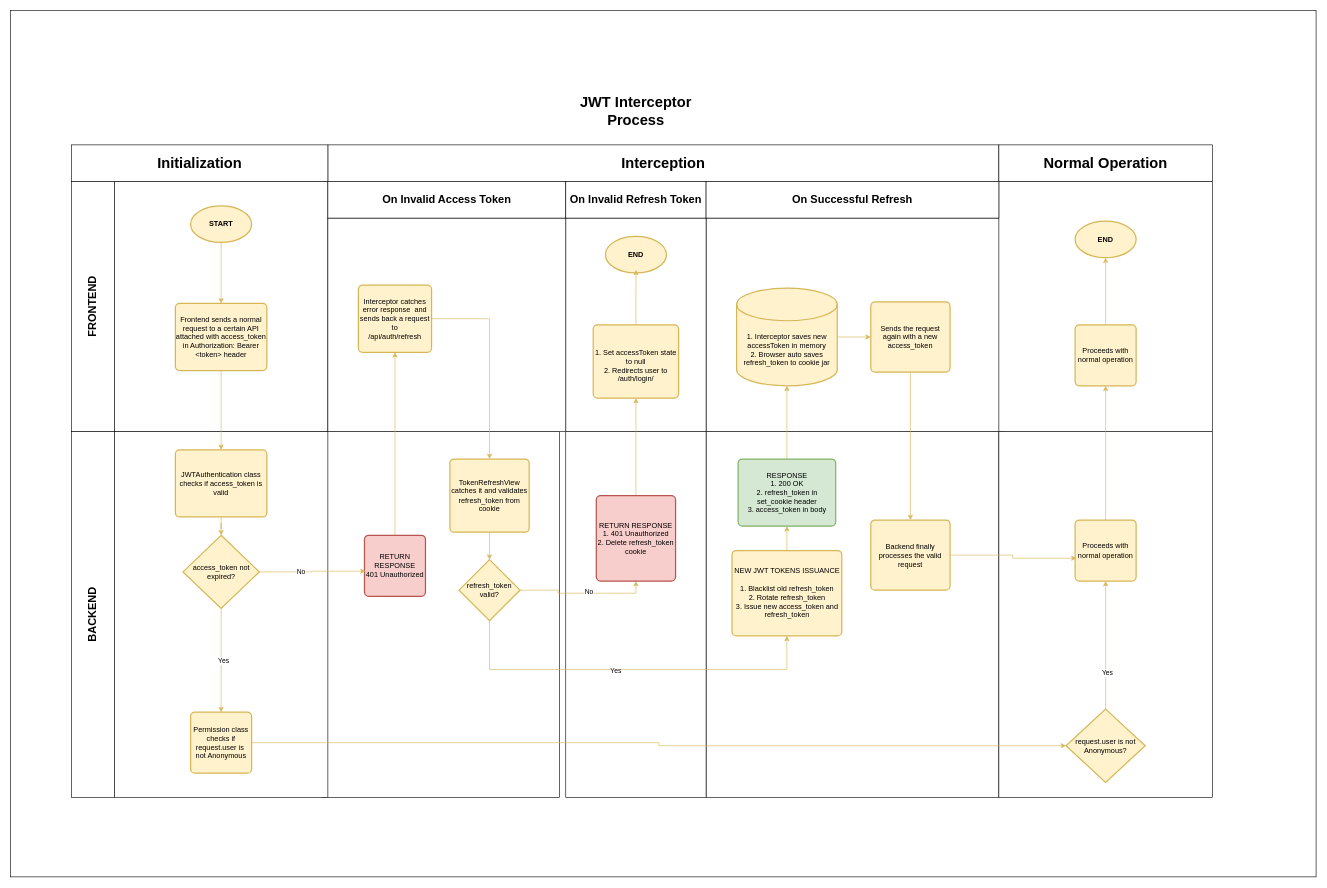
Before: page "auth_jwt-interceptor-process" (4 of 5) of diagrams/e-commerce-specific-business-process.drawio in RHILIUS/E-Commerce-Docs, a draw.io diagram. Source tidied: cells renumbered, new cells numbered last; positions are measured from the earlier drawing's top-left corner, leaving out a move shared by most shapes. Both pictures are drawn from the tidied source at 61%, with x=0, y=0 at pixel (10, 10).
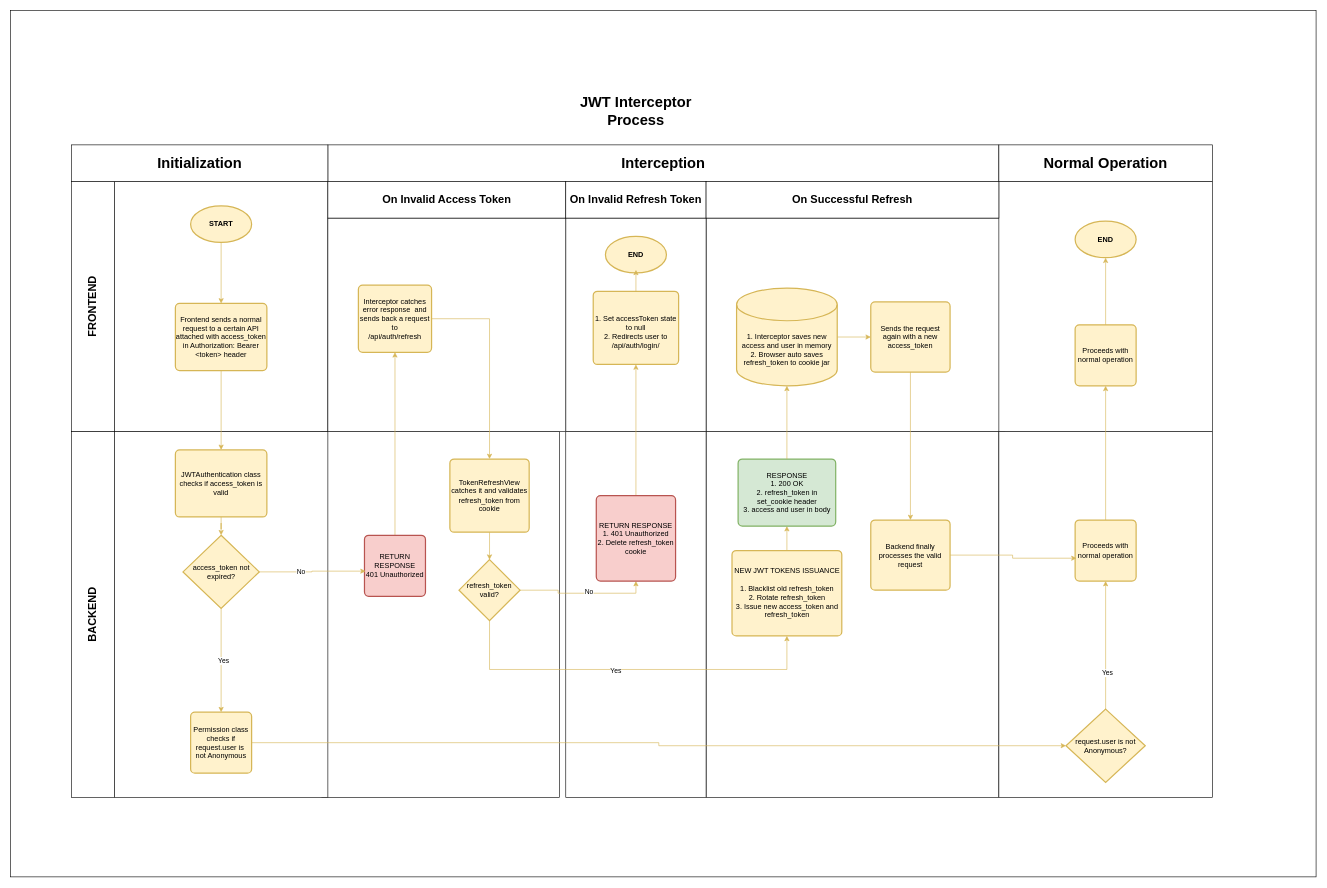
The same page after the edit.

Commit message:
fix: response body on auth_jwt-interceptor-process

Diff of the diagram source:
```diff
@@
-    <mxCell id="54" value="&lt;br&gt;1. Set accessToken state to null&lt;br&gt;2. Redirects user to /auth/login/" style="rounded=1;whiteSpace=wrap;html=1;absoluteArcSize=1;arcSize=14;strokeWidth=2;fillColor=#fff2cc;strokeColor=#d6b656;" parent="1" vertex="1">
-      <mxGeometry x="955" y="515" width="140" height="120" as="geometry" />
+    <mxCell id="54" value="&lt;br&gt;1. Set accessToken state to null&lt;br&gt;2. Redirects user to /api/auth/login/" style="rounded=1;whiteSpace=wrap;html=1;absoluteArcSize=1;arcSize=14;strokeWidth=2;fillColor=#fff2cc;strokeColor=#d6b656;" parent="1" vertex="1">
+      <mxGeometry x="955" y="460" width="140" height="120" as="geometry" />
     </mxCell>
@@
-    <mxCell id="59" value="RESPONSE&lt;div&gt;1. 200 OK&lt;/div&gt;&lt;div&gt;2. refresh_token in set_cookie header&lt;br&gt;3. access_token in body&lt;/div&gt;" style="rounded=1;whiteSpace=wrap;html=1;absoluteArcSize=1;arcSize=14;strokeWidth=2;fillColor=#d5e8d4;strokeColor=#82b366;" parent="1" vertex="1">
+    <mxCell id="59" value="RESPONSE&lt;div&gt;1. 200 OK&lt;/div&gt;&lt;div&gt;2. refresh_token in set_cookie header&lt;br&gt;3. access and user in body&lt;/div&gt;" style="rounded=1;whiteSpace=wrap;html=1;absoluteArcSize=1;arcSize=14;strokeWidth=2;fillColor=#d5e8d4;strokeColor=#82b366;" parent="1" vertex="1">
       <mxGeometry x="1192.5" y="735" width="160" height="110" as="geometry" />
     </mxCell>
@@
-    <mxCell id="61" value="&lt;div&gt;&lt;br&gt;&lt;/div&gt;&lt;div&gt;&lt;br&gt;&lt;/div&gt;&lt;div&gt;&lt;br&gt;&lt;/div&gt;&lt;div&gt;&lt;br&gt;&lt;/div&gt;&lt;div&gt;&lt;br&gt;&lt;/div&gt;1. Interceptor saves new accessToken in memory&lt;div&gt;2. Browser auto saves refresh_token to cookie jar&lt;br&gt;&lt;br&gt;&lt;br&gt;&lt;/div&gt;" style="strokeWidth=2;html=1;shape=mxgraph.flowchart.database;whiteSpace=wrap;fillColor=#fff2cc;strokeColor=#d6b656;" parent="1" vertex="1">
+    <mxCell id="61" value="&lt;div&gt;&lt;br&gt;&lt;/div&gt;&lt;div&gt;&lt;br&gt;&lt;/div&gt;&lt;div&gt;&lt;br&gt;&lt;/div&gt;&lt;div&gt;&lt;br&gt;&lt;/div&gt;&lt;div&gt;&lt;br&gt;&lt;/div&gt;1. Interceptor saves new access and user in memory&lt;div&gt;2. Browser auto saves refresh_token to cookie jar&lt;br&gt;&lt;br&gt;&lt;br&gt;&lt;/div&gt;" style="strokeWidth=2;html=1;shape=mxgraph.flowchart.database;whiteSpace=wrap;fillColor=#fff2cc;strokeColor=#d6b656;" parent="1" vertex="1">
       <mxGeometry x="1190" y="455" width="165" height="160" as="geometry" />
     </mxCell>
```
